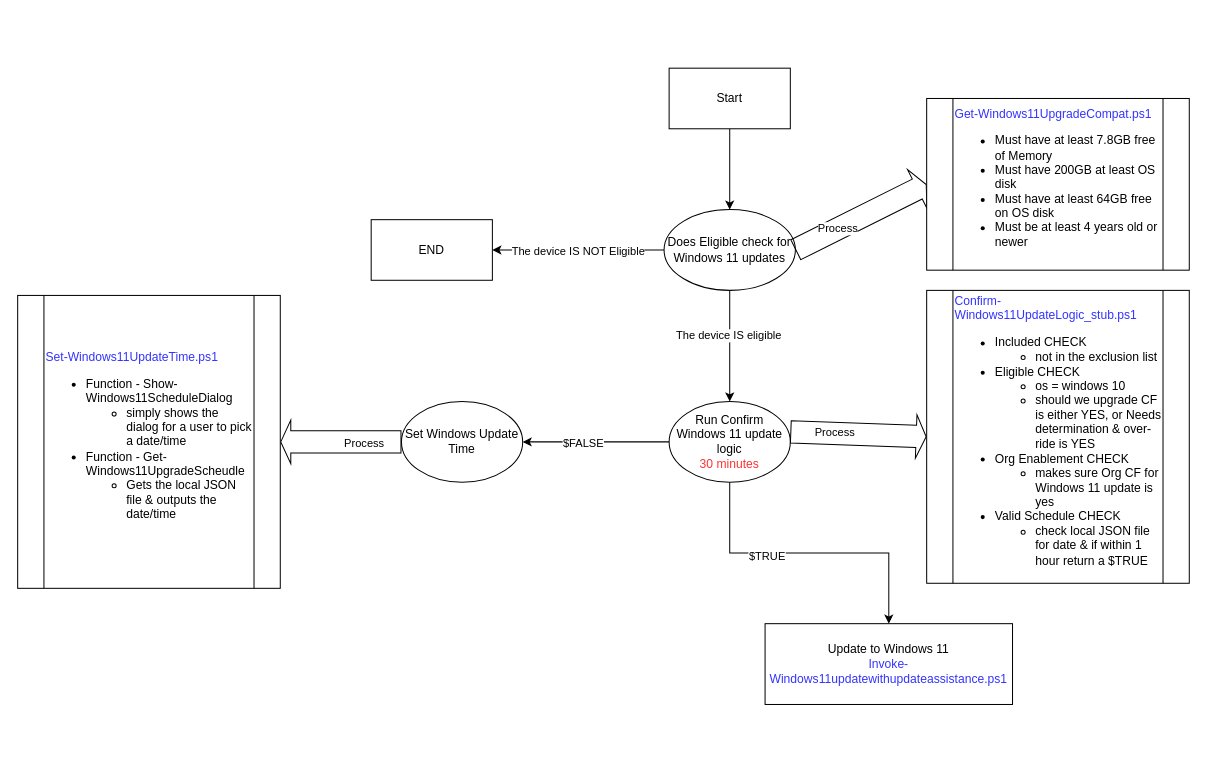
Above: Windows11/UpgradeEligibleWindows10Devices.drawio in nurollinsiii/Ninja_Scripts (draw.io), before the change. Source tidied: cells renumbered, new cells numbered last; positions are measured from the earlier drawing's top-left corner, leaving out a move shared by most shapes. Both pictures are drawn from the tidied source at 101%, with x=0, y=0 at pixel (17, 68).
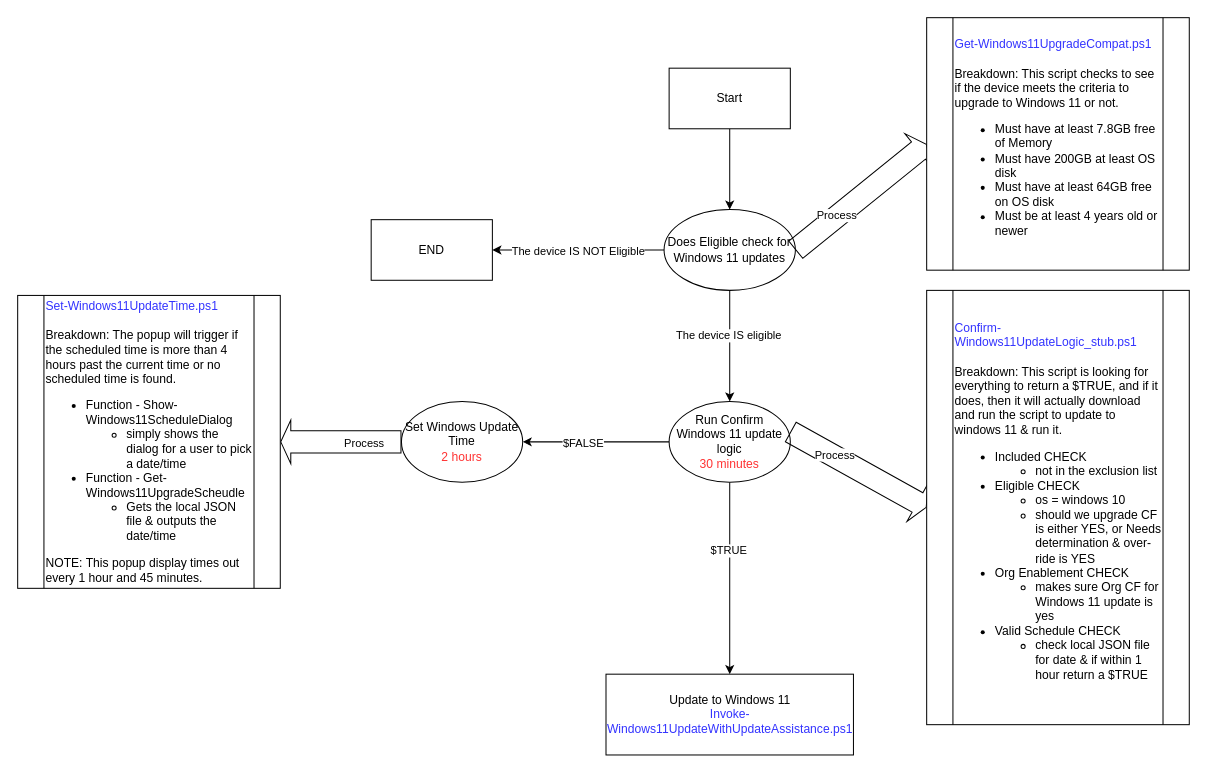
After the change.

Change to the diagram source:
```diff
@@
-    <mxCell id="11" value="&lt;div&gt;&lt;font style=&quot;color: rgb(51, 51, 255);&quot;&gt;Get-Windows11UpgradeCompat.ps1&lt;/font&gt;&lt;/div&gt;&lt;ul&gt;&lt;li&gt;Must have at least 7.8GB free of Memory&lt;/li&gt;&lt;li&gt;Must have 200GB at least OS disk&lt;/li&gt;&lt;li&gt;Must have at least 64GB free on OS disk&lt;/li&gt;&lt;li&gt;Must be at least 4 years old or newer&lt;/li&gt;&lt;/ul&gt;" style="shape=process;whiteSpace=wrap;html=1;backgroundOutline=1;align=left;" parent="1" vertex="1">
-      <mxGeometry x="900" y="30" width="260" height="170" as="geometry" />
+    <mxCell id="11" value="&lt;div&gt;&lt;font style=&quot;color: rgb(51, 51, 255);&quot;&gt;Get-Windows11UpgradeCompat.ps1&lt;/font&gt;&lt;/div&gt;&lt;div&gt;&lt;font style=&quot;color: rgb(51, 51, 255);&quot;&gt;&lt;br&gt;&lt;/font&gt;&lt;/div&gt;&lt;div&gt;&lt;font style=&quot;color: rgb(0, 0, 0);&quot;&gt;Breakdown: This script checks to see if the device meets the criteria to upgrade to Windows 11 or not.&lt;/font&gt;&lt;/div&gt;&lt;ul&gt;&lt;li&gt;Must have at least 7.8GB free of Memory&lt;/li&gt;&lt;li&gt;Must have 200GB at least OS disk&lt;/li&gt;&lt;li&gt;Must have at least 64GB free on OS disk&lt;/li&gt;&lt;li&gt;Must be at least 4 years old or newer&lt;/li&gt;&lt;/ul&gt;" style="shape=process;whiteSpace=wrap;html=1;backgroundOutline=1;align=left;" parent="1" vertex="1">
+      <mxGeometry x="900" y="-50" width="260" height="250" as="geometry" />
     </mxCell>
@@
-    <mxCell id="20" value="&lt;div&gt;&lt;font style=&quot;color: rgb(51, 51, 255);&quot;&gt;Confirm-Windows11UpdateLogic_stub.ps1&lt;/font&gt;&lt;/div&gt;&lt;ul&gt;&lt;li&gt;Included CHECK&lt;/li&gt;&lt;ul&gt;&lt;li&gt;not in the exclusion list&lt;/li&gt;&lt;/ul&gt;&lt;li&gt;Eligible CHECK&lt;/li&gt;&lt;ul&gt;&lt;li&gt;os = windows 10&lt;/li&gt;&lt;li style=&quot;&quot;&gt;should we upgrade CF is either YES, or Needs determination &amp;amp; over-ride is YES&lt;/li&gt;&lt;/ul&gt;&lt;li&gt;Org Enablement CHECK&lt;/li&gt;&lt;ul&gt;&lt;li&gt;makes sure Org CF for Windows 11 update is yes&lt;/li&gt;&lt;/ul&gt;&lt;li&gt;Valid Schedule CHECK&lt;/li&gt;&lt;ul&gt;&lt;li&gt;check local JSON file for date &amp;amp; if within 1 hour return a $TRUE&lt;/li&gt;&lt;/ul&gt;&lt;/ul&gt;" style="shape=process;whiteSpace=wrap;html=1;backgroundOutline=1;align=left;" parent="1" vertex="1">
-      <mxGeometry x="900" y="220" width="260" height="290" as="geometry" />
+    <mxCell id="20" value="&lt;div&gt;&lt;font style=&quot;color: rgb(51, 51, 255);&quot;&gt;Confirm-Windows11UpdateLogic_stub.ps1&lt;/font&gt;&lt;/div&gt;&lt;div&gt;&lt;font style=&quot;color: rgb(51, 51, 255);&quot;&gt;&lt;br&gt;&lt;/font&gt;&lt;/div&gt;&lt;div&gt;&lt;font style=&quot;color: rgb(0, 0, 0);&quot;&gt;Breakdown: This script is looking for everything to return a $TRUE, and if it does, then it will actually download and run the script to update to windows 11 &amp;amp; run it.&lt;/font&gt;&lt;/div&gt;&lt;ul&gt;&lt;li&gt;Included CHECK&lt;/li&gt;&lt;ul&gt;&lt;li&gt;not in the exclusion list&lt;/li&gt;&lt;/ul&gt;&lt;li&gt;Eligible CHECK&lt;/li&gt;&lt;ul&gt;&lt;li&gt;os = windows 10&lt;/li&gt;&lt;li style=&quot;&quot;&gt;should we upgrade CF is either YES, or Needs determination &amp;amp; over-ride is YES&lt;/li&gt;&lt;/ul&gt;&lt;li&gt;Org Enablement CHECK&lt;/li&gt;&lt;ul&gt;&lt;li&gt;makes sure Org CF for Windows 11 update is yes&lt;/li&gt;&lt;/ul&gt;&lt;li&gt;Valid Schedule CHECK&lt;/li&gt;&lt;ul&gt;&lt;li&gt;check local JSON file for date &amp;amp; if within 1 hour return a $TRUE&lt;/li&gt;&lt;/ul&gt;&lt;/ul&gt;" style="shape=process;whiteSpace=wrap;html=1;backgroundOutline=1;align=left;" parent="1" vertex="1">
+      <mxGeometry x="900" y="220" width="260" height="430" as="geometry" />
     </mxCell>
-    <mxCell id="21" value="Update to Windows 11&lt;div&gt;&lt;font style=&quot;color: rgb(51, 51, 255);&quot;&gt;Invoke-Windows11updatewithupdateassistance.ps1&lt;/font&gt;&lt;/div&gt;" style="rounded=0;whiteSpace=wrap;html=1;" parent="1" vertex="1">
-      <mxGeometry x="740" y="550" width="245" height="80" as="geometry" />
+    <mxCell id="21" value="Update to Windows 11&lt;div&gt;&lt;font style=&quot;color: rgb(51, 51, 255);&quot;&gt;Invoke-Windows11UpdateWithUpdateAssistance.ps1&lt;/font&gt;&lt;/div&gt;" style="rounded=0;whiteSpace=wrap;html=1;" parent="1" vertex="1">
+      <mxGeometry x="582.5" y="600" width="245" height="80" as="geometry" />
     </mxCell>
-    <mxCell id="22" value="Set Windows Update Time" style="ellipse;whiteSpace=wrap;html=1;" parent="1" vertex="1">
+    <mxCell id="22" value="Set Windows Update Time&lt;br&gt;&lt;font style=&quot;color: rgb(255, 51, 51);&quot;&gt;2 hours&lt;/font&gt;" style="ellipse;whiteSpace=wrap;html=1;" parent="1" vertex="1">
       <mxGeometry x="380" y="330" width="120" height="80" as="geometry" />
     </mxCell>
@@
-    <mxCell id="25" value="&lt;div&gt;&lt;font style=&quot;color: rgb(51, 51, 255);&quot;&gt;Set-Windows11UpdateTime.ps1&lt;/font&gt;&lt;/div&gt;&lt;ul&gt;&lt;li&gt;Function - Show-Windows11ScheduleDialog&lt;/li&gt;&lt;ul&gt;&lt;li&gt;simply shows the dialog for a user to pick a date/time&lt;/li&gt;&lt;/ul&gt;&lt;li&gt;Function - Get-Windows11UpgradeScheudle&lt;/li&gt;&lt;ul&gt;&lt;li&gt;Gets the local JSON file &amp;amp; outputs the date/time&lt;/li&gt;&lt;/ul&gt;&lt;/ul&gt;" style="shape=process;whiteSpace=wrap;html=1;backgroundOutline=1;align=left;" parent="1" vertex="1">
+    <mxCell id="25" value="&lt;div&gt;&lt;font style=&quot;color: rgb(51, 51, 255);&quot;&gt;Set-Windows11UpdateTime.ps1&lt;/font&gt;&lt;/div&gt;&lt;div&gt;&lt;font style=&quot;color: rgb(51, 51, 255);&quot;&gt;&lt;br&gt;&lt;/font&gt;&lt;/div&gt;&lt;div&gt;&lt;font style=&quot;color: rgb(0, 0, 0);&quot;&gt;Breakdown: The popup will trigger if the scheduled time is more than 4 hours past the current time or no scheduled time is found.&lt;/font&gt;&lt;/div&gt;&lt;ul&gt;&lt;li&gt;Function - Show-Windows11ScheduleDialog&lt;/li&gt;&lt;ul&gt;&lt;li&gt;simply shows the dialog for a user to pick a date/time&lt;/li&gt;&lt;/ul&gt;&lt;li&gt;Function - Get-Windows11UpgradeScheudle&lt;/li&gt;&lt;ul&gt;&lt;li&gt;Gets the local JSON file &amp;amp; outputs the date/time&lt;/li&gt;&lt;/ul&gt;&lt;/ul&gt;&lt;div&gt;NOTE: This popup display times out every 1 hour and 45 minutes.&lt;/div&gt;" style="shape=process;whiteSpace=wrap;html=1;backgroundOutline=1;align=left;" parent="1" vertex="1">
       <mxGeometry y="225" width="260" height="290" as="geometry" />
     </mxCell>
```
